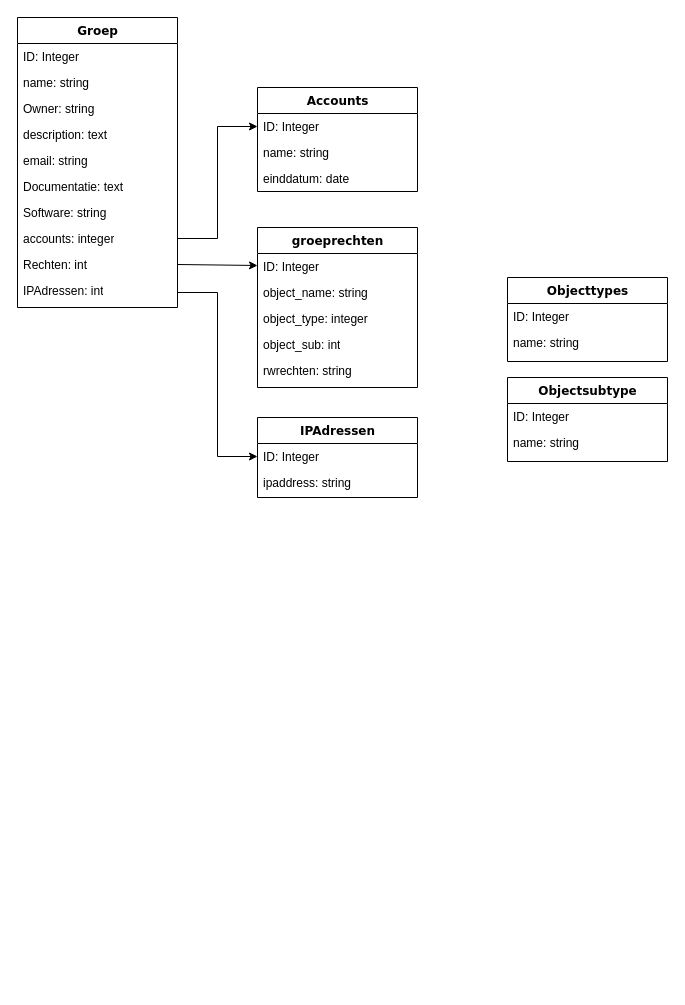
Earlier version of the draw.io diagram dbdesign.drawio (hansminix/api_db). Source tidied: cells renumbered, new cells numbered last; positions are measured from the earlier drawing's top-left corner, leaving out a move shared by most shapes. Both pictures are drawn from the tidied source at 100%, with x=0, y=0 at pixel (17, 17).
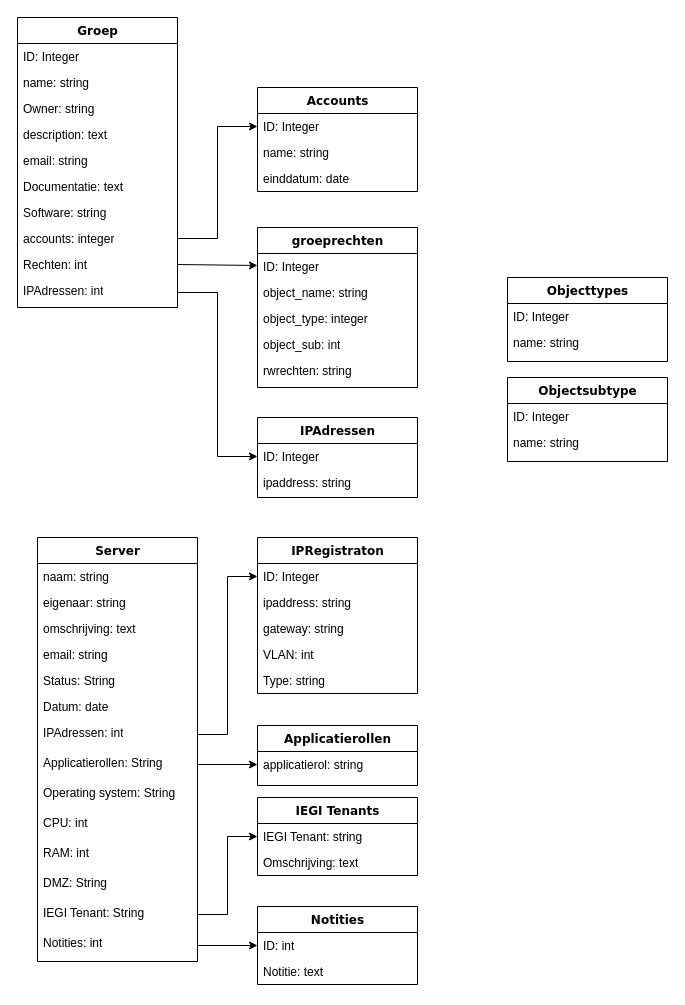
The same page after the edit.

What changed in the source:
```diff
@@
+    <mxCell id="35" value="Server" style="swimlane;html=1;fontStyle=1;align=center;verticalAlign=top;horizontal=1;startSize=26;swimlaneFillColor=#ffffff;rounded=0;shadow=0;comic=0;labelBackgroundColor=none;strokeWidth=1;fillColor=none;fontFamily=Verdana;fontSize=12;" parent="1" vertex="1">
+      <mxGeometry x="20" y="520" width="160" height="424" as="geometry" />
+    </mxCell>
+    <mxCell id="36" value="naam: string" style="text;html=1;strokeColor=none;fillColor=none;align=left;verticalAlign=top;spacingLeft=4;spacingRight=4;whiteSpace=wrap;overflow=hidden;" parent="35" vertex="1">
+      <mxGeometry y="26" width="160" height="26" as="geometry" />
+    </mxCell>
+    <mxCell id="37" value="eigenaar: string" style="text;html=1;strokeColor=none;fillColor=none;align=left;verticalAlign=top;spacingLeft=4;spacingRight=4;whiteSpace=wrap;overflow=hidden;" parent="35" vertex="1">
+      <mxGeometry y="52" width="160" height="26" as="geometry" />
+    </mxCell>
+    <mxCell id="38" value="omschrijving: text" style="text;html=1;strokeColor=none;fillColor=none;align=left;verticalAlign=top;spacingLeft=4;spacingRight=4;whiteSpace=wrap;overflow=hidden;" parent="35" vertex="1">
+      <mxGeometry y="78" width="160" height="26" as="geometry" />
+    </mxCell>
+    <mxCell id="39" value="email: string" style="text;html=1;strokeColor=none;fillColor=none;align=left;verticalAlign=top;spacingLeft=4;spacingRight=4;whiteSpace=wrap;overflow=hidden;" parent="35" vertex="1">
+      <mxGeometry y="104" width="160" height="26" as="geometry" />
+    </mxCell>
+    <mxCell id="40" value="Status: String" style="text;html=1;strokeColor=none;fillColor=none;align=left;verticalAlign=top;spacingLeft=4;spacingRight=4;whiteSpace=wrap;overflow=hidden;" parent="35" vertex="1">
+      <mxGeometry y="130" width="160" height="26" as="geometry" />
+    </mxCell>
+    <mxCell id="41" value="Datum: date" style="text;html=1;strokeColor=none;fillColor=none;align=left;verticalAlign=top;spacingLeft=4;spacingRight=4;whiteSpace=wrap;overflow=hidden;" parent="35" vertex="1">
+      <mxGeometry y="156" width="160" height="26" as="geometry" />
+    </mxCell>
+    <mxCell id="42" value="IPAdressen: int" style="text;html=1;strokeColor=none;fillColor=none;align=left;verticalAlign=top;spacingLeft=4;spacingRight=4;whiteSpace=wrap;overflow=hidden;points=[[0,0.5],[1,0.5]];portConstraint=eastwest;" parent="35" vertex="1">
+      <mxGeometry y="182" width="160" height="30" as="geometry" />
+    </mxCell>
+    <mxCell id="43" value="Applicatierollen: String" style="text;html=1;strokeColor=none;fillColor=none;align=left;verticalAlign=top;spacingLeft=4;spacingRight=4;whiteSpace=wrap;overflow=hidden;points=[[0,0.5],[1,0.5]];portConstraint=eastwest;" parent="35" vertex="1">
+      <mxGeometry y="212" width="160" height="30" as="geometry" />
+    </mxCell>
+    <mxCell id="44" value="Operating system: String" style="text;html=1;strokeColor=none;fillColor=none;align=left;verticalAlign=top;spacingLeft=4;spacingRight=4;whiteSpace=wrap;overflow=hidden;" parent="35" vertex="1">
+      <mxGeometry y="242" width="160" height="30" as="geometry" />
+    </mxCell>
+    <mxCell id="45" value="CPU: int" style="text;html=1;strokeColor=none;fillColor=none;align=left;verticalAlign=top;spacingLeft=4;spacingRight=4;whiteSpace=wrap;overflow=hidden;" parent="35" vertex="1">
+      <mxGeometry y="272" width="160" height="30" as="geometry" />
+    </mxCell>
+    <mxCell id="46" value="RAM: int" style="text;html=1;strokeColor=none;fillColor=none;align=left;verticalAlign=top;spacingLeft=4;spacingRight=4;whiteSpace=wrap;overflow=hidden;" parent="35" vertex="1">
+      <mxGeometry y="302" width="160" height="30" as="geometry" />
+    </mxCell>
+    <mxCell id="47" value="DMZ&lt;span style=&quot;background-color: transparent; color: light-dark(rgb(0, 0, 0), rgb(255, 255, 255));&quot;&gt;: String&lt;/span&gt;" style="text;html=1;strokeColor=none;fillColor=none;align=left;verticalAlign=top;spacingLeft=4;spacingRight=4;whiteSpace=wrap;overflow=hidden;" parent="35" vertex="1">
+      <mxGeometry y="332" width="160" height="30" as="geometry" />
+    </mxCell>
+    <mxCell id="48" value="IEGI Tenant: String" style="text;html=1;strokeColor=none;fillColor=none;align=left;verticalAlign=top;spacingLeft=4;spacingRight=4;whiteSpace=wrap;overflow=hidden;points=[[0,0.5],[1,0.5]];portConstraint=eastwest;" parent="35" vertex="1">
+      <mxGeometry y="362" width="160" height="30" as="geometry" />
+    </mxCell>
+    <mxCell id="49" value="Notities: int" style="text;html=1;strokeColor=none;fillColor=none;align=left;verticalAlign=top;spacingLeft=4;spacingRight=4;whiteSpace=wrap;overflow=hidden;points=[[0,0.5],[1,0.5]];portConstraint=eastwest;" parent="35" vertex="1">
+      <mxGeometry y="392" width="160" height="32" as="geometry" />
+    </mxCell>
+    <mxCell id="50" value="IPRegistraton" style="swimlane;html=1;fontStyle=1;align=center;verticalAlign=top;horizontal=1;startSize=26;swimlaneFillColor=#ffffff;rounded=0;shadow=0;comic=0;labelBackgroundColor=none;strokeWidth=1;fillColor=none;fontFamily=Verdana;fontSize=12;" parent="1" vertex="1">
+      <mxGeometry x="240" y="520" width="160" height="156" as="geometry" />
+    </mxCell>
+    <mxCell id="51" value="ID: Integer" style="text;html=1;strokeColor=none;fillColor=none;align=left;verticalAlign=top;spacingLeft=4;spacingRight=4;whiteSpace=wrap;overflow=hidden;points=[[0,0.5],[1,0.5]];portConstraint=eastwest;" parent="50" vertex="1">
+      <mxGeometry y="26" width="160" height="26" as="geometry" />
+    </mxCell>
+    <mxCell id="52" value="ipaddress: string" style="text;html=1;strokeColor=none;fillColor=none;align=left;verticalAlign=top;spacingLeft=4;spacingRight=4;whiteSpace=wrap;overflow=hidden;" parent="50" vertex="1">
+      <mxGeometry y="52" width="160" height="26" as="geometry" />
+    </mxCell>
+    <mxCell id="53" value="gateway: string" style="text;html=1;strokeColor=none;fillColor=none;align=left;verticalAlign=top;spacingLeft=4;spacingRight=4;whiteSpace=wrap;overflow=hidden;" parent="50" vertex="1">
+      <mxGeometry y="78" width="160" height="26" as="geometry" />
+    </mxCell>
+    <mxCell id="54" value="VLAN: int" style="text;html=1;strokeColor=none;fillColor=none;align=left;verticalAlign=top;spacingLeft=4;spacingRight=4;whiteSpace=wrap;overflow=hidden;" parent="50" vertex="1">
+      <mxGeometry y="104" width="160" height="26" as="geometry" />
+    </mxCell>
+    <mxCell id="55" value="Type: string" style="text;html=1;strokeColor=none;fillColor=none;align=left;verticalAlign=top;spacingLeft=4;spacingRight=4;whiteSpace=wrap;overflow=hidden;" parent="50" vertex="1">
+      <mxGeometry y="130" width="160" height="26" as="geometry" />
+    </mxCell>
+    <mxCell id="56" style="edgeStyle=orthogonalEdgeStyle;rounded=0;jettySize=auto;html=1;exitX=1;exitY=0.5;exitDx=0;exitDy=0;entryX=0;entryY=0.5;entryDx=0;entryDy=0;" parent="1" edge="1" source="42" target="51">
+      <mxGeometry relative="1" as="geometry" />
+    </mxCell>
+    <mxCell id="57" value="Applicatierollen" style="swimlane;html=1;fontStyle=1;align=center;verticalAlign=top;horizontal=1;startSize=26;swimlaneFillColor=#ffffff;rounded=0;shadow=0;comic=0;labelBackgroundColor=none;strokeWidth=1;fillColor=none;fontFamily=Verdana;fontSize=12;" parent="1" vertex="1">
+      <mxGeometry x="240" y="708" width="160" height="60" as="geometry" />
+    </mxCell>
+    <mxCell id="58" value="applicatierol: string" style="text;html=1;strokeColor=none;fillColor=none;align=left;verticalAlign=top;spacingLeft=4;spacingRight=4;whiteSpace=wrap;overflow=hidden;points=[[0,0.5],[1,0.5]];portConstraint=eastwest;" parent="57" vertex="1">
+      <mxGeometry y="26" width="160" height="26" as="geometry" />
+    </mxCell>
+    <mxCell id="59" style="edgeStyle=orthogonalEdgeStyle;rounded=0;jettySize=auto;html=1;exitX=1;exitY=0.5;exitDx=0;exitDy=0;entryX=0;entryY=0.5;entryDx=0;entryDy=0;" parent="1" edge="1" source="43" target="58">
+      <mxGeometry relative="1" as="geometry" />
+    </mxCell>
+    <mxCell id="60" value="IEGI Tenants" style="swimlane;html=1;fontStyle=1;align=center;verticalAlign=top;horizontal=1;startSize=26;swimlaneFillColor=#ffffff;rounded=0;shadow=0;comic=0;labelBackgroundColor=none;strokeWidth=1;fillColor=none;fontFamily=Verdana;fontSize=12;" parent="1" vertex="1">
+      <mxGeometry x="240" y="780" width="160" height="78" as="geometry" />
+    </mxCell>
+    <mxCell id="61" value="IEGI Tenant: string" style="text;html=1;strokeColor=none;fillColor=none;align=left;verticalAlign=top;spacingLeft=4;spacingRight=4;whiteSpace=wrap;overflow=hidden;points=[[0,0.5],[1,0.5]];portConstraint=eastwest;" parent="60" vertex="1">
+      <mxGeometry y="26" width="160" height="26" as="geometry" />
+    </mxCell>
+    <mxCell id="62" value="Omschrijving: text" style="text;html=1;strokeColor=none;fillColor=none;align=left;verticalAlign=top;spacingLeft=4;spacingRight=4;whiteSpace=wrap;overflow=hidden;" parent="60" vertex="1">
+      <mxGeometry y="52" width="160" height="26" as="geometry" />
+    </mxCell>
+    <mxCell id="63" style="edgeStyle=orthogonalEdgeStyle;rounded=0;jettySize=auto;html=1;exitX=1;exitY=0.5;exitDx=0;exitDy=0;entryX=0;entryY=0.5;entryDx=0;entryDy=0;" parent="1" edge="1" source="48" target="61">
+      <mxGeometry relative="1" as="geometry" />
+    </mxCell>
+    <mxCell id="64" value="Notities" style="swimlane;html=1;fontStyle=1;align=center;verticalAlign=top;horizontal=1;startSize=26;swimlaneFillColor=#ffffff;rounded=0;shadow=0;comic=0;labelBackgroundColor=none;strokeWidth=1;fillColor=none;fontFamily=Verdana;fontSize=12;" parent="1" vertex="1">
+      <mxGeometry x="240" y="889" width="160" height="78" as="geometry" />
+    </mxCell>
+    <mxCell id="65" value="ID: int" style="text;html=1;strokeColor=none;fillColor=none;align=left;verticalAlign=top;spacingLeft=4;spacingRight=4;whiteSpace=wrap;overflow=hidden;points=[[0,0.5],[1,0.5]];portConstraint=eastwest;" parent="64" vertex="1">
+      <mxGeometry y="26" width="160" height="26" as="geometry" />
+    </mxCell>
+    <mxCell id="66" value="Notitie: text" style="text;html=1;strokeColor=none;fillColor=none;align=left;verticalAlign=top;spacingLeft=4;spacingRight=4;whiteSpace=wrap;overflow=hidden;" parent="64" vertex="1">
+      <mxGeometry y="52" width="160" height="26" as="geometry" />
+    </mxCell>
+    <mxCell id="67" style="edgeStyle=orthogonalEdgeStyle;rounded=0;jettySize=auto;html=1;" parent="1" edge="1" source="49" target="65">
+      <mxGeometry relative="1" as="geometry" />
+    </mxCell>
```
